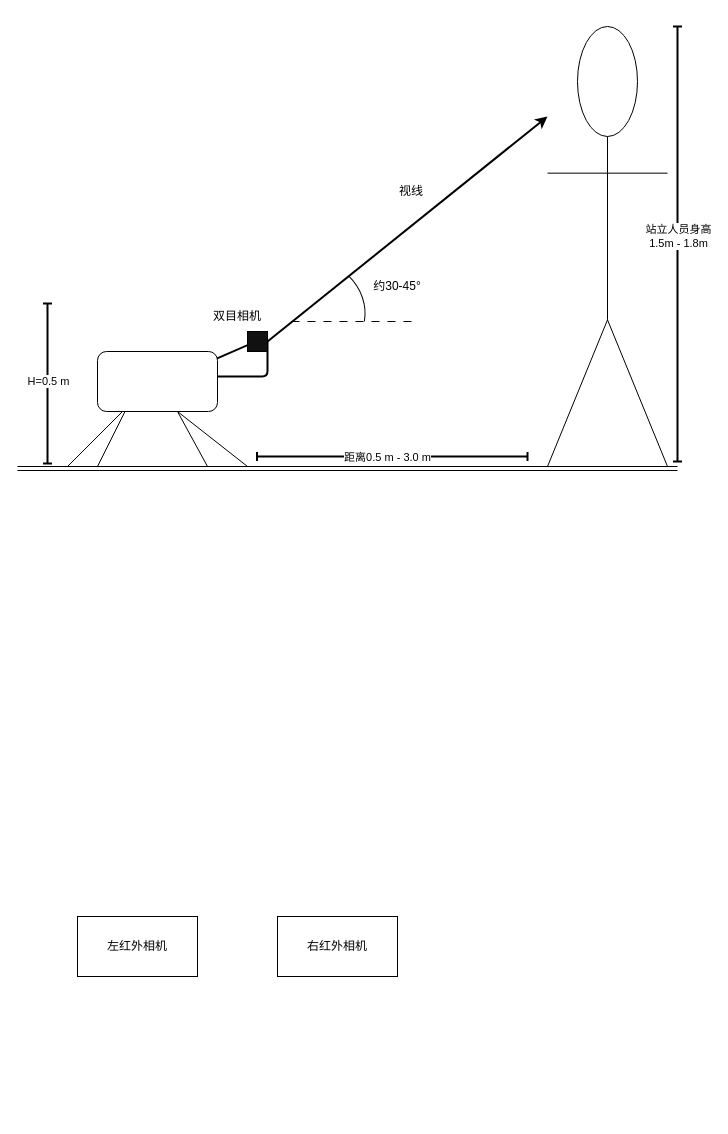
This is 专利-低视角人脸图像深度引导的矫正方法.drawio from huaxiaojilzg/workflow_draw, a draw.io file, before an edit. Source tidied: cells renumbered, new cells numbered last; positions are measured from the earlier drawing's top-left corner, leaving out a move shared by most shapes. Both pictures are drawn from the tidied source at 100%, with x=0, y=0 at pixel (17, 26).
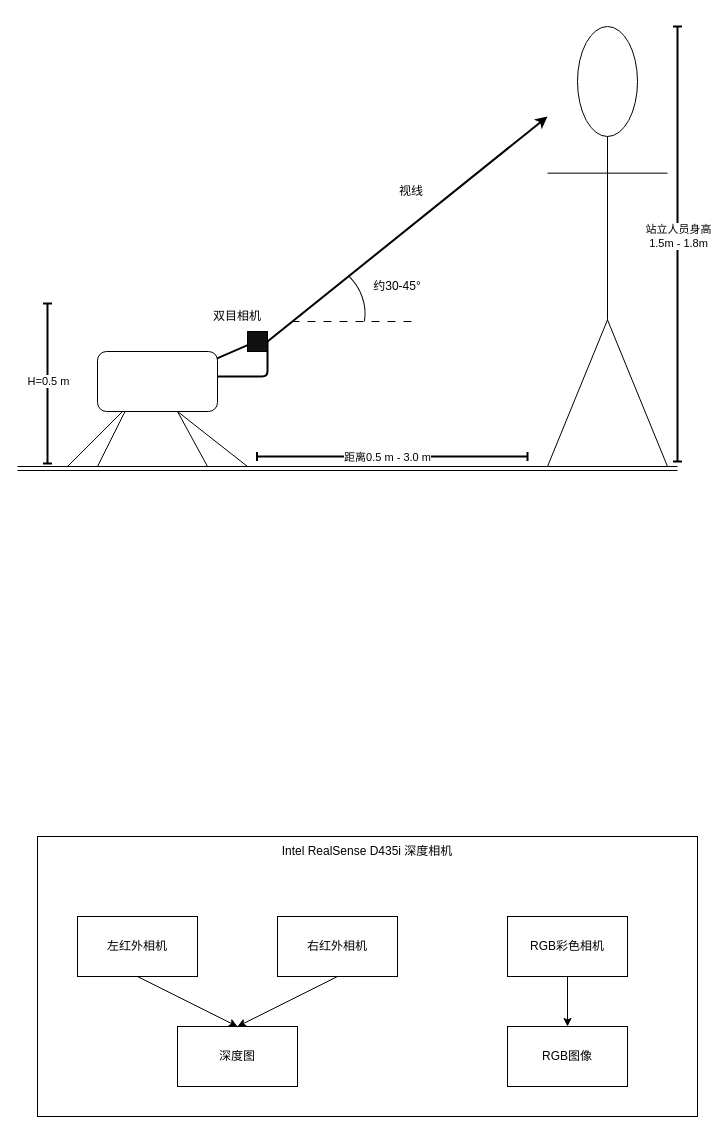
After the change.

Commit message (it also covers changes not shown here):
更新专利-低视角人脸图像深度引导的矫正方法.drawio

The change refers to these unchanged cells:
```xml
<mxCell id="22" value="左红外相机" style="rounded=0;whiteSpace=wrap;html=1;" parent="1" vertex="1">
  <mxGeometry x="60" y="890" width="120" height="60" as="geometry" />
</mxCell>
<mxCell id="23" value="右红外相机" style="whiteSpace=wrap;html=1;rounded=0;" parent="1" vertex="1">
  <mxGeometry x="260" y="890" width="120" height="60" as="geometry" />
</mxCell>
```

The edit, as a diff of the source:
```diff
@@
+    <mxCell id="24" style="rounded=0;whiteSpace=wrap;html=1;" parent="1" vertex="1">
+      <mxGeometry x="20" y="810" width="660" height="280" as="geometry" />
+    </mxCell>
@@
+    <mxCell id="25" style="rounded=0;jettySize=auto;html=1;exitX=0.5;exitY=1;exitDx=0;exitDy=0;entryX=0.5;entryY=0;entryDx=0;entryDy=0;" parent="1" edge="1" source="22" target="27">
+      <mxGeometry relative="1" as="geometry" />
+    </mxCell>
@@
+    <mxCell id="26" style="rounded=0;jettySize=auto;html=1;exitX=0.5;exitY=1;exitDx=0;exitDy=0;entryX=0.5;entryY=0;entryDx=0;entryDy=0;" parent="1" edge="1" source="23" target="27">
+      <mxGeometry relative="1" as="geometry" />
+    </mxCell>
@@
+    <mxCell id="27" value="深度图" style="rounded=0;whiteSpace=wrap;html=1;" parent="1" vertex="1">
+      <mxGeometry x="160" y="1000" width="120" height="60" as="geometry" />
+    </mxCell>
+    <mxCell id="28" style="edgeStyle=orthogonalEdgeStyle;rounded=0;jettySize=auto;html=1;" parent="1" edge="1" source="29" target="30">
+      <mxGeometry relative="1" as="geometry" />
+    </mxCell>
+    <mxCell id="29" value="RGB彩色相机" style="whiteSpace=wrap;html=1;rounded=0;" parent="1" vertex="1">
+      <mxGeometry x="490" y="890" width="120" height="60" as="geometry" />
+    </mxCell>
+    <mxCell id="30" value="RGB图像" style="whiteSpace=wrap;html=1;rounded=0;" parent="1" vertex="1">
+      <mxGeometry x="490" y="1000" width="120" height="60" as="geometry" />
+    </mxCell>
+    <mxCell id="31" value="Intel RealSense D435i 深度相机" style="text;html=1;whiteSpace=wrap;strokeColor=none;fillColor=none;align=center;verticalAlign=middle;rounded=0;" parent="1" vertex="1">
+      <mxGeometry x="140" y="810" width="420" height="30" as="geometry" />
+    </mxCell>
```
